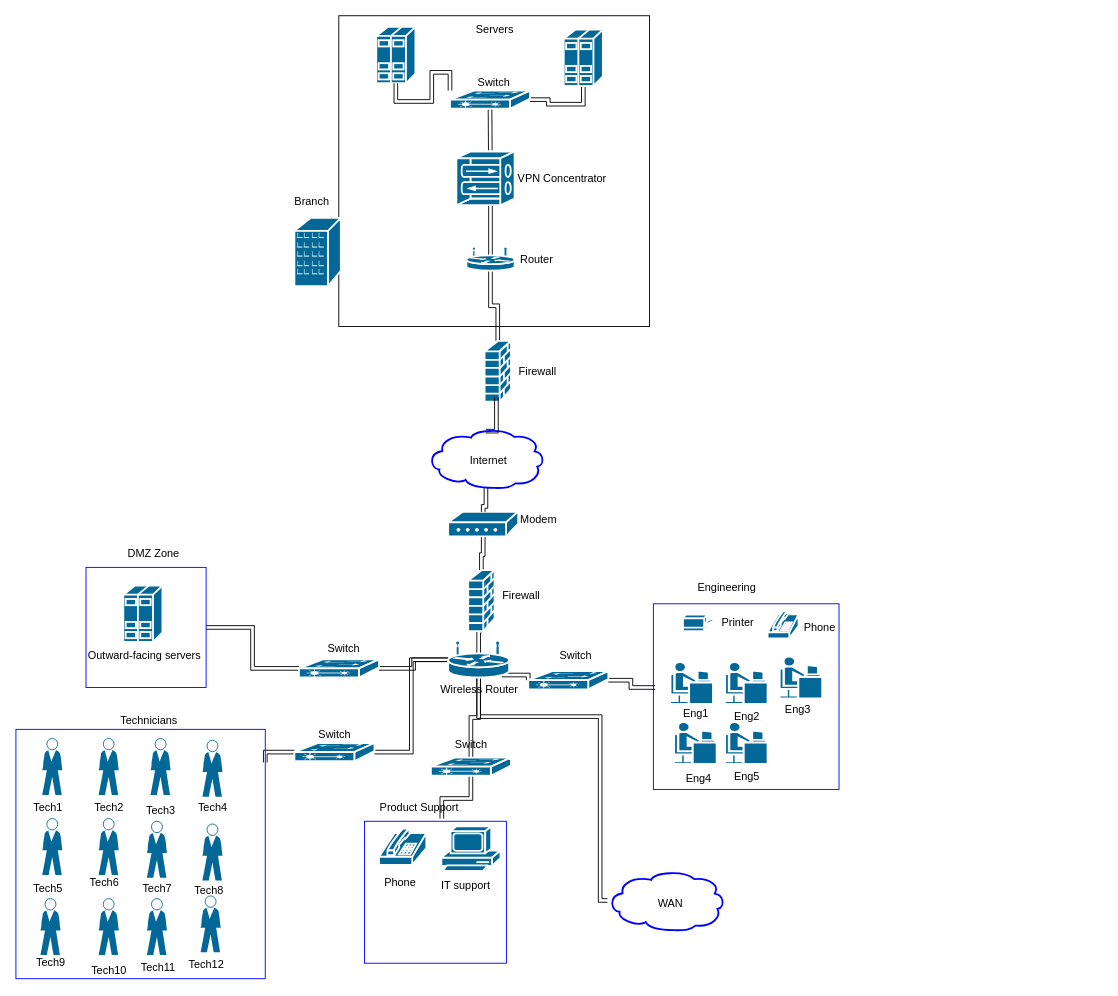
Before: Network.drawio in WDBug/WDBug, a draw.io diagram. Source tidied: cells renumbered, new cells numbered last; positions are measured from the earlier drawing's top-left corner, leaving out a move shared by most shapes. Both pictures are drawn from the tidied source at 91%, with x=0, y=0 at pixel (15, 15).
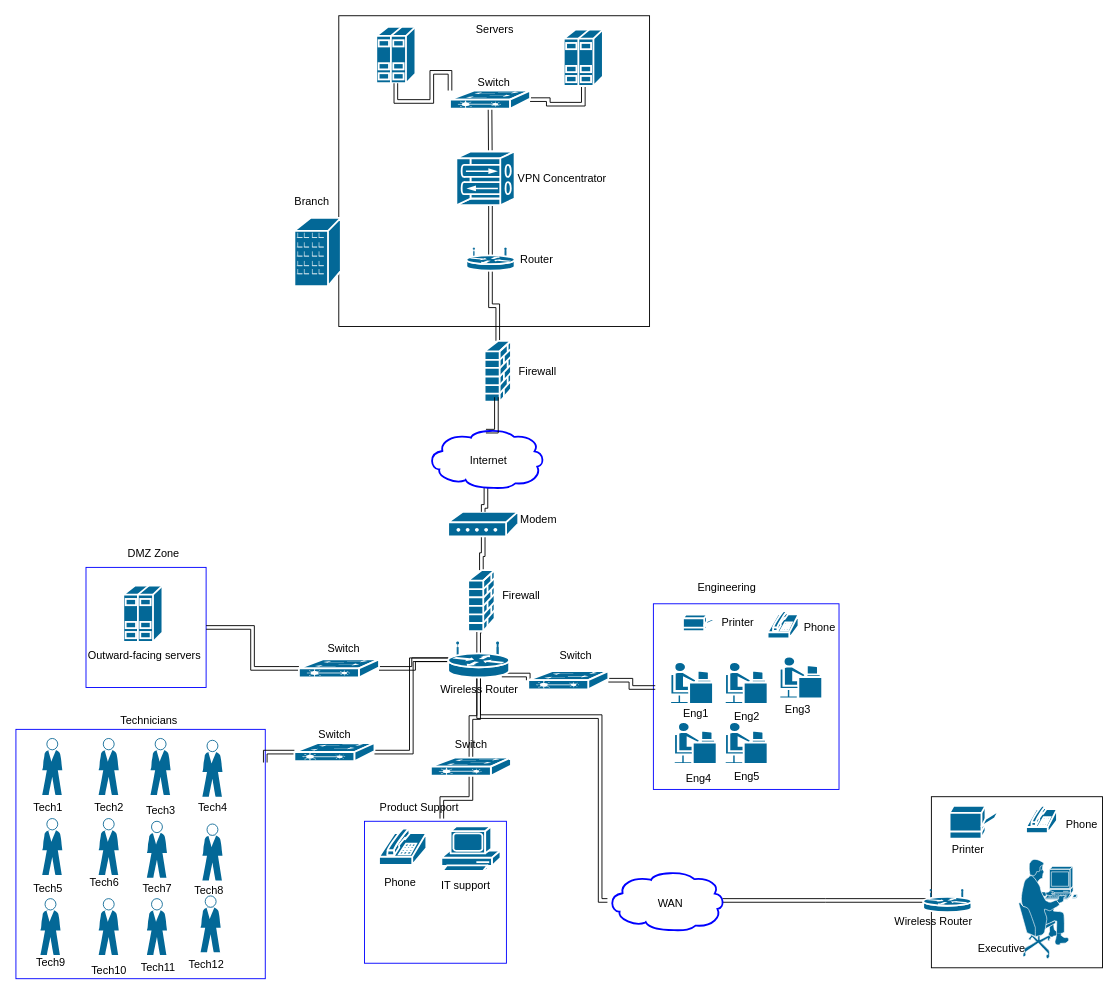
After the change.

The change refers to these unchanged cells:
```xml
<mxCell id="101" style="shape=mxgraph.cisco.storage.cloud;sketch=0;html=1;dashed=0;fillColor=none;strokeColor=#0000FF;strokeWidth=2;verticalLabelPosition=bottom;verticalAlign=top;align=center;outlineConnect=0;" parent="1" vertex="1">
  <mxGeometry x="650" y="939" width="129" height="66" as="geometry" />
</mxCell>
```

What changed in the source:
```diff
@@
+    <mxCell id="103" style="edgeStyle=orthogonalEdgeStyle;rounded=0;jettySize=auto;html=1;exitX=0.98;exitY=0.5;exitDx=0;exitDy=0;exitPerimeter=0;shape=link;" parent="1" edge="1" source="101">
+      <mxGeometry relative="1" as="geometry">
+        <mxPoint x="1000" y="972" as="targetPoint" />
+      </mxGeometry>
+    </mxCell>
@@
+    <mxCell id="104" style="whiteSpace=wrap;html=1;" parent="1" vertex="1">
+      <mxGeometry x="1006" y="858" width="188" height="188" as="geometry" />
+    </mxCell>
+    <mxCell id="105" style="shape=mxgraph.cisco.routers.wireless_router;sketch=0;html=1;dashed=0;fillColor=#036897;strokeColor=#ffffff;strokeWidth=2;verticalLabelPosition=bottom;verticalAlign=top;align=center;" parent="1" vertex="1">
+      <mxGeometry x="997" y="960" width="53" height="25" as="geometry" />
+    </mxCell>
+    <mxCell id="106" style="shape=mxgraph.cisco.people.pc_man;sketch=0;html=1;dashed=0;fillColor=#036897;strokeColor=#ffffff;strokeWidth=2;verticalLabelPosition=bottom;verticalAlign=top;align=center;" parent="1" vertex="1">
+      <mxGeometry x="1102" y="926" width="65" height="111" as="geometry" />
+    </mxCell>
+    <mxCell id="107" style="shape=mxgraph.cisco.modems_and_phones.phone;sketch=0;html=1;dashed=0;fillColor=#036897;strokeColor=#ffffff;strokeWidth=2;verticalLabelPosition=bottom;verticalAlign=top;align=center;" parent="1" vertex="1">
+      <mxGeometry x="1110" y="868" width="34" height="30" as="geometry" />
+    </mxCell>
+    <mxCell id="108" style="shape=mxgraph.cisco.computers_and_peripherals.printer;sketch=0;html=1;dashed=0;fillColor=#036897;strokeColor=#ffffff;strokeWidth=2;verticalLabelPosition=bottom;verticalAlign=top;align=center;" parent="1" vertex="1">
+      <mxGeometry x="1026" y="868" width="54" height="36" as="geometry" />
+    </mxCell>
+    <mxCell id="109" value="Wireless Router" style="text;html=1;align=center;verticalAlign=middle;strokeColor=none;fillColor=none;" parent="1" vertex="1">
+      <mxGeometry x="958" y="987" width="99" height="18" as="geometry" />
+    </mxCell>
+    <mxCell id="110" value="Phone" style="text;html=1;align=center;verticalAlign=middle;strokeColor=none;fillColor=none;" parent="1" vertex="1">
+      <mxGeometry x="1148" y="880" width="46" height="18" as="geometry" />
+    </mxCell>
+    <mxCell id="111" value="Printer" style="text;html=1;align=center;verticalAlign=middle;strokeColor=none;fillColor=none;" parent="1" vertex="1">
+      <mxGeometry x="1023" y="907" width="46" height="18" as="geometry" />
+    </mxCell>
+    <mxCell id="112" value="Executive" style="text;html=1;align=center;verticalAlign=middle;strokeColor=none;fillColor=none;" parent="1" vertex="1">
+      <mxGeometry x="1052" y="1016" width="61" height="18" as="geometry" />
+    </mxCell>
```
